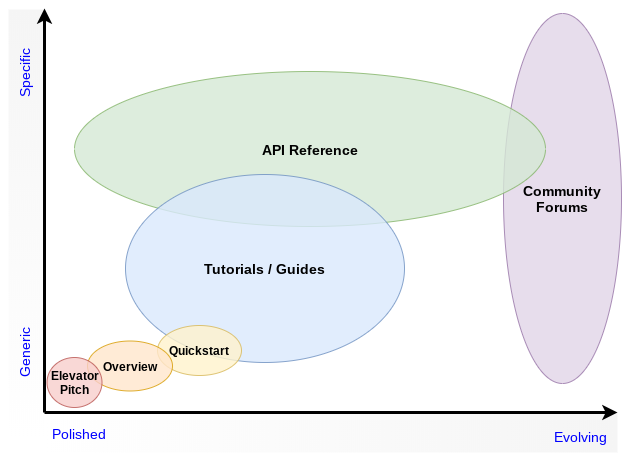
This is images/DocTypes.png from thegooddocsproject/thegooddocsproject.github.io, a draw.io export, as it was before one commit. Source tidied: cells renumbered, new cells last; positions are measured from the earlier drawing's top-left corner, leaving out a move shared by most shapes. Its diagram source:
```xml
<mxGraphModel>
  <root>
    <mxCell id="0" />
    <mxCell id="1" parent="0" />
    <mxCell id="2" style="rounded=0;whiteSpace=wrap;html=1;fillColor=#F5F5F5;strokeColor=none;rotation=90;gradientColor=#ffffff;gradientDirection=east;" parent="1" vertex="1">
      <mxGeometry y="197" width="428" height="36" as="geometry" />
    </mxCell>
    <mxCell id="3" style="rounded=0;whiteSpace=wrap;html=1;fillColor=#F5F5F5;strokeColor=none;gradientColor=#ffffff;gradientDirection=west;" parent="1" vertex="1">
      <mxGeometry x="231" y="404" width="574" height="40" as="geometry" />
    </mxCell>
    <mxCell id="4" value="&lt;font style=&quot;font-size: 14px&quot;&gt;&lt;b&gt;Community&lt;br&gt;Forums&lt;/b&gt;&lt;/font&gt;&lt;br&gt;" style="ellipse;whiteSpace=wrap;html=1;fillColor=#e1d5e7;strokeColor=#9673a6;opacity=80;gradientColor=none;" parent="1" vertex="1">
      <mxGeometry x="691" y="5" width="118" height="370" as="geometry" />
    </mxCell>
    <mxCell id="5" value="&lt;font style=&quot;font-size: 14px&quot;&gt;&lt;b&gt;API Reference&lt;/b&gt;&lt;/font&gt;" style="ellipse;whiteSpace=wrap;html=1;fillColor=#d5e8d4;strokeColor=#82b366;opacity=80;" parent="1" vertex="1">
      <mxGeometry x="262" y="63" width="471" height="155" as="geometry" />
    </mxCell>
    <mxCell id="6" value="&lt;font style=&quot;font-size: 14px&quot;&gt;&lt;b&gt;Tutorials / Guides&lt;/b&gt;&lt;/font&gt;" style="ellipse;whiteSpace=wrap;html=1;fillColor=#dae8fc;strokeColor=#6c8ebf;opacity=80;" parent="1" vertex="1">
      <mxGeometry x="313" y="166" width="279" height="188" as="geometry" />
    </mxCell>
    <mxCell id="7" value="&lt;b&gt;Quickstart&lt;/b&gt;" style="ellipse;whiteSpace=wrap;html=1;fillColor=#fff2cc;strokeColor=#d6b656;opacity=80;" parent="1" vertex="1">
      <mxGeometry x="345" y="317" width="84" height="50" as="geometry" />
    </mxCell>
    <mxCell id="8" value="&lt;b&gt;Overview&lt;/b&gt;" style="ellipse;whiteSpace=wrap;html=1;fillColor=#ffe6cc;strokeColor=#d79b00;opacity=80;" parent="1" vertex="1">
      <mxGeometry x="275" y="332.5" width="85" height="50" as="geometry" />
    </mxCell>
    <mxCell id="9" style="endArrow=classic;html=1;strokeWidth=3;" parent="1" edge="1">
      <mxGeometry relative="1" as="geometry">
        <mxPoint x="232" y="404" as="sourcePoint" />
        <mxPoint x="805" y="404" as="targetPoint" />
      </mxGeometry>
    </mxCell>
    <mxCell id="10" style="endArrow=classic;html=1;strokeWidth=3;" parent="1" edge="1">
      <mxGeometry relative="1" as="geometry">
        <mxPoint x="232" y="404" as="sourcePoint" />
        <mxPoint x="232" as="targetPoint" />
      </mxGeometry>
    </mxCell>
    <mxCell id="11" value="&lt;font style=&quot;font-size: 14px&quot;&gt;&lt;span&gt;&lt;font color=&quot;#0000ff&quot; style=&quot;font-size: 14px&quot;&gt;Evolving&lt;/font&gt;&lt;br&gt;&lt;/span&gt;&lt;span&gt;&lt;br&gt;&lt;/span&gt;&lt;/font&gt;" style="text;html=1;strokeColor=none;fillColor=none;align=center;verticalAlign=middle;whiteSpace=wrap;rounded=0;spacing=2;spacingBottom=0;spacingTop=0;" parent="1" vertex="1">
      <mxGeometry x="714.5" y="419.5" width="106" height="32" as="geometry" />
    </mxCell>
    <mxCell id="12" value="&lt;font style=&quot;font-size: 14px&quot;&gt;&lt;br&gt;&lt;font color=&quot;#0000ff&quot;&gt;Generic&lt;/font&gt;&lt;br&gt;&lt;/font&gt;" style="text;html=1;strokeColor=none;fillColor=none;align=center;verticalAlign=middle;whiteSpace=wrap;rounded=0;rotation=-90;" parent="1" vertex="1">
      <mxGeometry x="145" y="334" width="117" height="20" as="geometry" />
    </mxCell>
    <mxCell id="13" value="&lt;font style=&quot;font-size: 14px&quot;&gt;&lt;br&gt;&lt;font color=&quot;#0000ff&quot;&gt;Specific&lt;/font&gt;&lt;br&gt;&lt;/font&gt;" style="text;html=1;strokeColor=none;fillColor=none;align=center;verticalAlign=middle;whiteSpace=wrap;rounded=0;rotation=-90;" parent="1" vertex="1">
      <mxGeometry x="145" y="54" width="117" height="20" as="geometry" />
    </mxCell>
    <mxCell id="14" value="&lt;b&gt;Elevator&lt;br&gt;Pitch&lt;/b&gt;&lt;br&gt;" style="ellipse;whiteSpace=wrap;html=1;fillColor=#f8cecc;strokeColor=#b85450;opacity=80;" parent="1" vertex="1">
      <mxGeometry x="234.5" y="349" width="55" height="50" as="geometry" />
    </mxCell>
    <mxCell id="15" value="&lt;font style=&quot;font-size: 14px&quot;&gt;&lt;span&gt;&lt;font color=&quot;#0000ff&quot; style=&quot;font-size: 14px&quot;&gt;Polished&lt;/font&gt;&lt;br&gt;&lt;/span&gt;&lt;span&gt;&lt;br&gt;&lt;/span&gt;&lt;/font&gt;" style="text;html=1;strokeColor=none;fillColor=none;align=center;verticalAlign=middle;whiteSpace=wrap;rounded=0;spacing=2;spacingBottom=0;spacingTop=0;" parent="1" vertex="1">
      <mxGeometry x="213.5" y="417" width="106" height="32" as="geometry" />
    </mxCell>
  </root>
</mxGraphModel>
```
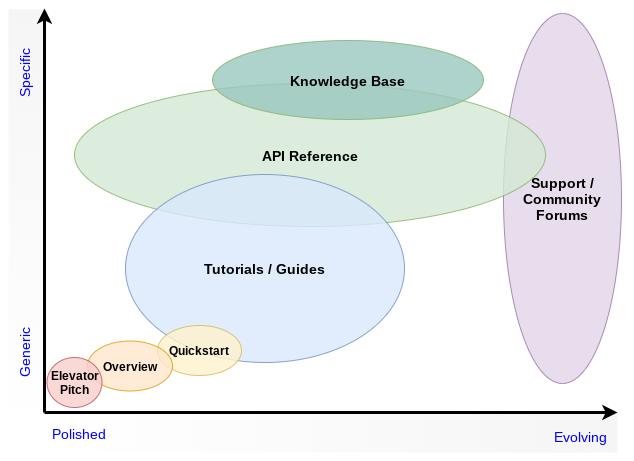
The same diagram one commit later.

Commit message:
Add Kowledge Base and Support bubbles to Doc Types graph

The edit, as a diff of the source:
```diff
@@ -8,11 +8,11 @@
     <mxCell id="3" style="rounded=0;whiteSpace=wrap;html=1;fillColor=#F5F5F5;strokeColor=none;gradientColor=#ffffff;gradientDirection=west;" parent="1" vertex="1">
       <mxGeometry x="231" y="404" width="574" height="40" as="geometry" />
     </mxCell>
-    <mxCell id="4" value="&lt;font style=&quot;font-size: 14px&quot;&gt;&lt;b&gt;Community&lt;br&gt;Forums&lt;/b&gt;&lt;/font&gt;&lt;br&gt;" style="ellipse;whiteSpace=wrap;html=1;fillColor=#e1d5e7;strokeColor=#9673a6;opacity=80;gradientColor=none;" parent="1" vertex="1">
+    <mxCell id="4" value="&lt;font style=&quot;font-size: 14px&quot;&gt;&lt;b&gt;Support /&lt;br&gt;Community&lt;br&gt;Forums&lt;/b&gt;&lt;/font&gt;" style="ellipse;whiteSpace=wrap;html=1;fillColor=#e1d5e7;strokeColor=#9673a6;opacity=80;gradientColor=none;" parent="1" vertex="1">
       <mxGeometry x="691" y="5" width="118" height="370" as="geometry" />
     </mxCell>
     <mxCell id="5" value="&lt;font style=&quot;font-size: 14px&quot;&gt;&lt;b&gt;API Reference&lt;/b&gt;&lt;/font&gt;" style="ellipse;whiteSpace=wrap;html=1;fillColor=#d5e8d4;strokeColor=#82b366;opacity=80;" parent="1" vertex="1">
-      <mxGeometry x="262" y="63" width="471" height="155" as="geometry" />
+      <mxGeometry x="262" y="75" width="471" height="143" as="geometry" />
     </mxCell>
     <mxCell id="6" value="&lt;font style=&quot;font-size: 14px&quot;&gt;&lt;b&gt;Tutorials / Guides&lt;/b&gt;&lt;/font&gt;" style="ellipse;whiteSpace=wrap;html=1;fillColor=#dae8fc;strokeColor=#6c8ebf;opacity=80;" parent="1" vertex="1">
       <mxGeometry x="313" y="166" width="279" height="188" as="geometry" />
@@ -50,5 +50,8 @@
     <mxCell id="15" value="&lt;font style=&quot;font-size: 14px&quot;&gt;&lt;span&gt;&lt;font color=&quot;#0000ff&quot; style=&quot;font-size: 14px&quot;&gt;Polished&lt;/font&gt;&lt;br&gt;&lt;/span&gt;&lt;span&gt;&lt;br&gt;&lt;/span&gt;&lt;/font&gt;" style="text;html=1;strokeColor=none;fillColor=none;align=center;verticalAlign=middle;whiteSpace=wrap;rounded=0;spacing=2;spacingBottom=0;spacingTop=0;" parent="1" vertex="1">
       <mxGeometry x="213.5" y="417" width="106" height="32" as="geometry" />
     </mxCell>
+    <mxCell id="16" value="&lt;font style=&quot;font-size: 14px&quot;&gt;&lt;b&gt;Knowledge Base&lt;/b&gt;&lt;/font&gt;" style="ellipse;whiteSpace=wrap;html=1;strokeColor=#82b366;opacity=80;fillColor=#9AC7BF;" parent="1" vertex="1">
+      <mxGeometry x="400" y="32" width="271" height="79" as="geometry" />
+    </mxCell>
   </root>
 </mxGraphModel>
```
